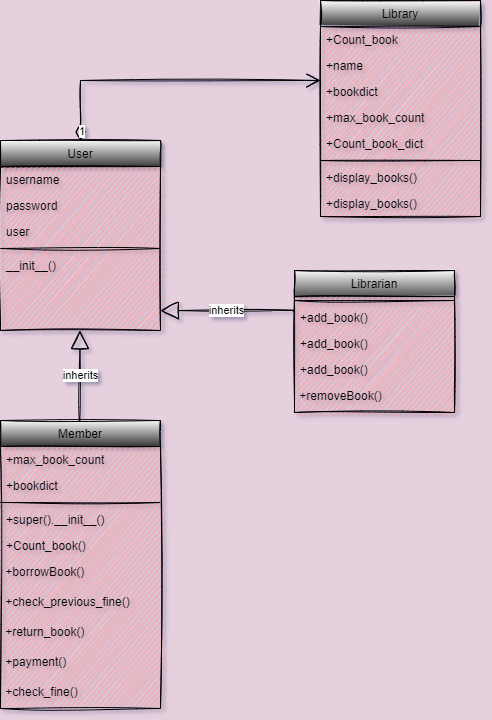
This is UML.drawio.png from nobaisahkheram/Finals-Mini-E-Library-Management-System, a draw.io export, as it was before one commit. Source tidied: cells renumbered, new cells last; positions are measured from the earlier drawing's top-left corner, leaving out a move shared by most shapes.
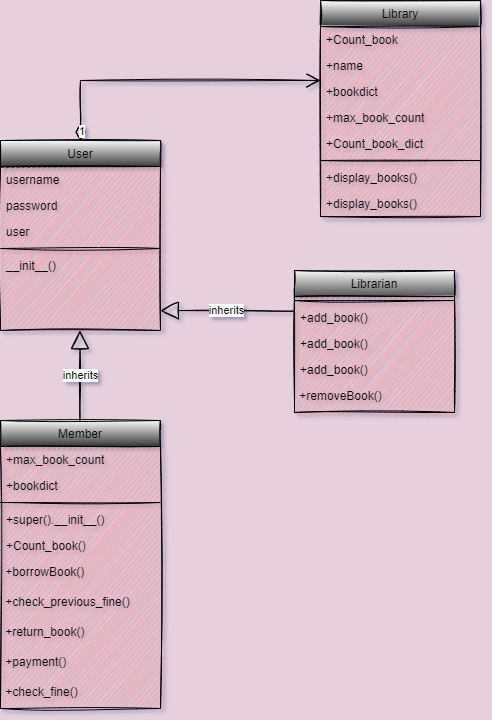
After the change.

Change to the diagram source:
```diff
@@ -106,13 +106,13 @@
         </Array>
       </mxGeometry>
     </mxCell>
-    <mxCell id="35" value="inherits" style="endArrow=block;endSize=16;endFill=0;html=1;rounded=0;curved=1;sketch=1;" parent="1" edge="1">
+    <mxCell id="35" value="inherits" style="endArrow=block;endSize=16;endFill=0;html=1;rounded=0;sketch=1;" parent="1" edge="1">
       <mxGeometry relative="1" as="geometry">
         <mxPoint x="79.5" y="420" as="sourcePoint" />
         <mxPoint x="79.5" y="330" as="targetPoint" />
       </mxGeometry>
     </mxCell>
-    <mxCell id="36" value="inherits" style="endArrow=block;endSize=16;endFill=0;html=1;rounded=0;exitX=-0.004;exitY=0.256;exitDx=0;exitDy=0;exitPerimeter=0;curved=1;sketch=1;" parent="1" edge="1" source="21">
+    <mxCell id="36" value="inherits" style="endArrow=block;endSize=16;endFill=0;html=1;rounded=0;exitX=-0.004;exitY=0.256;exitDx=0;exitDy=0;exitPerimeter=0;sketch=1;" parent="1" edge="1" source="21">
       <mxGeometry relative="1" as="geometry">
         <mxPoint x="160" y="310" as="targetPoint" />
       </mxGeometry>
```
